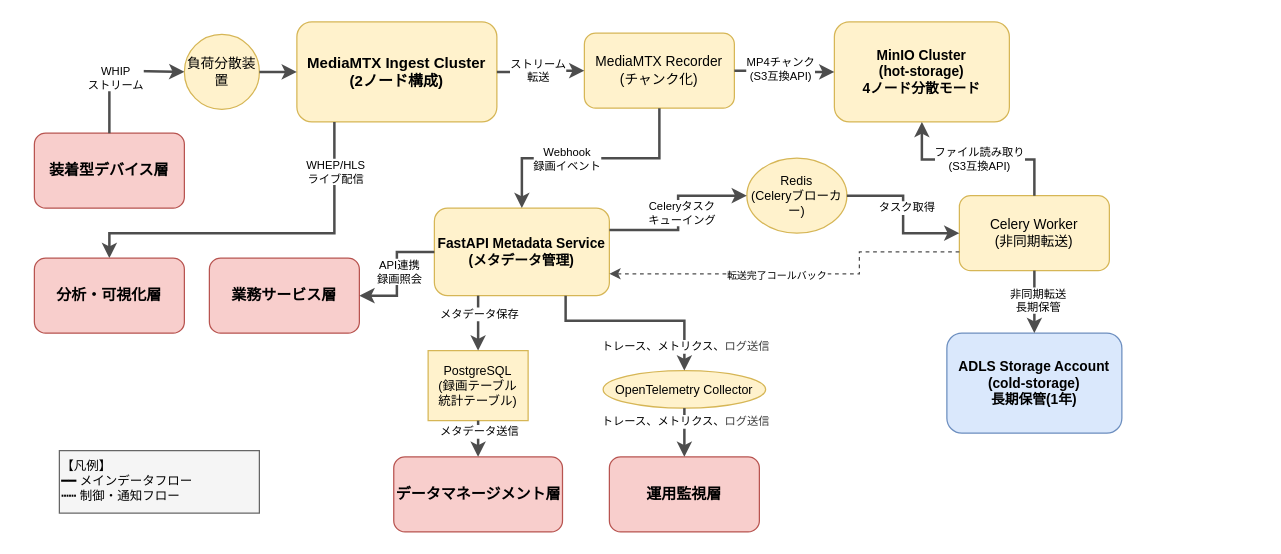
daichiTAAA/AirakuVision keeps this draw.io diagram as docs/03000_設計書/03020_配信・記録層設計/03022_配信・記録層詳細設計/配信・記録層システム関連図.drawio. Above is the earlier version. Source tidied: cells renumbered, new cells numbered last; positions are measured from the earlier drawing's top-left corner, leaving out a move shared by most shapes. Both pictures are drawn from the tidied source at 125%, with x=0, y=0 at pixel (34, 21).
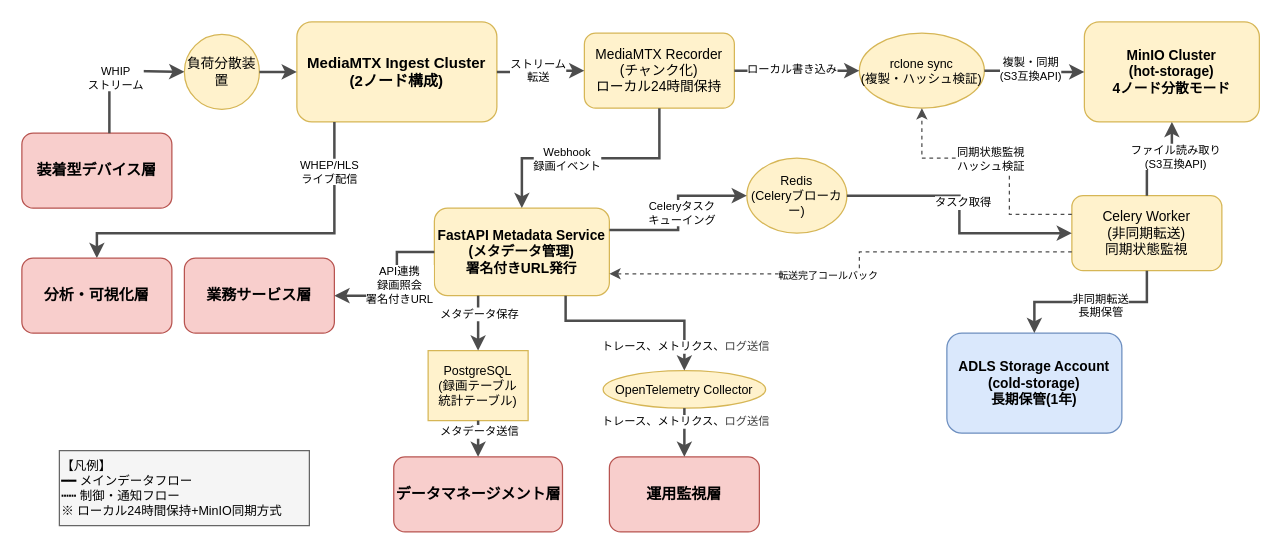
Above is the later version.

Unchanged cells that the change refers to:
```xml
<mxCell id="3" value="MediaMTX Ingest Cluster&#10;(2ノード構成)" style="rounded=1;whiteSpace=wrap;html=1;fillColor=#fff2cc;strokeColor=#d6b656;fontSize=12;fontStyle=1;" parent="1" vertex="1">
  <mxGeometry x="210" width="160" height="80" as="geometry" />
</mxCell>
<mxCell id="35" style="edgeStyle=orthogonalEdgeStyle;rounded=0;jettySize=auto;html=1;strokeWidth=2;strokeColor=#4D4D4D;exitX=0;exitY=0.5;exitDx=0;exitDy=0;entryX=1;entryY=0.5;entryDx=0;entryDy=0;" parent="1" edge="1" source="7" target="13">
  <mxGeometry relative="1" as="geometry">
    <Array as="points">
      <mxPoint x="290" y="184" />
      <mxPoint x="290" y="219" />
    </Array>
  </mxGeometry>
</mxCell>
```

Diff of the diagram source:
```diff
@@
     <mxCell id="2" value="装着型デバイス層" style="rounded=1;whiteSpace=wrap;html=1;fillColor=#f8cecc;strokeColor=#b85450;fontSize=12;fontStyle=1;" parent="1" vertex="1">
-      <mxGeometry y="89" width="120" height="60" as="geometry" />
+      <mxGeometry x="-10" y="89" width="120" height="60" as="geometry" />
     </mxCell>
@@
-    <mxCell id="5" value="MediaMTX Recorder&#10;(チャンク化)" style="rounded=1;whiteSpace=wrap;html=1;fillColor=#fff2cc;strokeColor=#d6b656;fontSize=11;" parent="1" vertex="1">
+    <mxCell id="5" value="MediaMTX Recorder&#10;(チャンク化)&#10;ローカル24時間保持" style="rounded=1;whiteSpace=wrap;html=1;fillColor=#fff2cc;strokeColor=#d6b656;fontSize=11;" parent="1" vertex="1">
       <mxGeometry x="440" y="9" width="120" height="60" as="geometry" />
     </mxCell>
+    <mxCell id="49" value="rclone sync&#10;(複製・ハッシュ検証)" style="ellipse;whiteSpace=wrap;html=1;fillColor=#fff2cc;strokeColor=#d6b656;fontSize=10;" parent="1" vertex="1">
+      <mxGeometry x="660" y="9" width="100" height="60" as="geometry" />
+    </mxCell>
     <mxCell id="6" value="MinIO Cluster&#10;(hot-storage)&#10;4ノード分散モード" style="rounded=1;whiteSpace=wrap;html=1;fillColor=#fff2cc;strokeColor=#d6b656;fontSize=11;fontStyle=1;" parent="1" vertex="1">
-      <mxGeometry x="640" width="140" height="80" as="geometry" />
+      <mxGeometry x="840" width="140" height="80" as="geometry" />
     </mxCell>
-    <mxCell id="7" value="FastAPI Metadata Service&#10;(メタデータ管理)" style="rounded=1;whiteSpace=wrap;html=1;fillColor=#fff2cc;strokeColor=#d6b656;fontSize=11;fontStyle=1;" parent="1" vertex="1">
+    <mxCell id="7" value="FastAPI Metadata Service&#10;(メタデータ管理)&#10;署名付きURL発行" style="rounded=1;whiteSpace=wrap;html=1;fillColor=#fff2cc;strokeColor=#d6b656;fontSize=11;fontStyle=1;" parent="1" vertex="1">
       <mxGeometry x="320" y="149" width="140" height="70" as="geometry" />
     </mxCell>
@@
-    <mxCell id="9" value="Celery Worker&lt;div&gt;(非同期転送)&lt;/div&gt;" style="rounded=1;whiteSpace=wrap;html=1;fillColor=#fff2cc;strokeColor=#d6b656;fontSize=11;" parent="1" vertex="1">
-      <mxGeometry x="740" y="139" width="120" height="60" as="geometry" />
+    <mxCell id="9" value="Celery Worker&lt;div&gt;(非同期転送)&lt;/div&gt;&lt;div&gt;同期状態監視&lt;/div&gt;" style="rounded=1;whiteSpace=wrap;html=1;fillColor=#fff2cc;strokeColor=#d6b656;fontSize=11;" parent="1" vertex="1">
+      <mxGeometry x="830" y="139" width="120" height="60" as="geometry" />
     </mxCell>
@@
     <mxCell id="13" value="業務サービス層" style="rounded=1;whiteSpace=wrap;html=1;fillColor=#f8cecc;strokeColor=#b85450;fontSize=12;fontStyle=1;" parent="1" vertex="1">
-      <mxGeometry x="140" y="189" width="120" height="60" as="geometry" />
+      <mxGeometry x="120" y="189" width="120" height="60" as="geometry" />
     </mxCell>
@@
-    <mxCell id="19" style="edgeStyle=orthogonalEdgeStyle;rounded=0;jettySize=auto;html=1;strokeWidth=2;strokeColor=#4D4D4D;" parent="1" edge="1" source="5" target="6">
+    <mxCell id="19" style="edgeStyle=orthogonalEdgeStyle;rounded=0;jettySize=auto;html=1;strokeWidth=2;strokeColor=#4D4D4D;" parent="1" edge="1" source="5" target="49">
       <mxGeometry relative="1" as="geometry" />
     </mxCell>
-    <mxCell id="20" value="MP4チャンク&#10;(S3互換API)" style="edgeLabel;html=1;align=center;verticalAlign=middle;fontSize=9;" parent="19" vertex="1">
+    <mxCell id="20" value="ローカル書き込み" style="edgeLabel;html=1;align=center;verticalAlign=middle;fontSize=9;" parent="19" vertex="1">
       <mxGeometry x="-0.1" y="2" relative="1" as="geometry" />
     </mxCell>
+    <mxCell id="50" style="edgeStyle=orthogonalEdgeStyle;rounded=0;jettySize=auto;html=1;strokeWidth=2;strokeColor=#4D4D4D;" parent="1" edge="1" source="49" target="6">
+      <mxGeometry relative="1" as="geometry" />
+    </mxCell>
+    <mxCell id="51" value="複製・同期&#10;(S3互換API)" style="edgeLabel;html=1;align=center;verticalAlign=middle;fontSize=9;" parent="50" vertex="1">
+      <mxGeometry x="-0.1" y="2" relative="1" as="geometry" />
+    </mxCell>
@@
+    <mxCell id="52" style="edgeStyle=orthogonalEdgeStyle;rounded=0;jettySize=auto;html=1;strokeWidth=1;strokeColor=#4D4D4D;dashed=1;entryX=0.5;entryY=1;entryDx=0;entryDy=0;exitX=0;exitY=0.25;exitDx=0;exitDy=0;elbow=vertical;" parent="1" edge="1" source="9" target="49">
+      <mxGeometry relative="1" as="geometry">
+        <Array as="points">
+          <mxPoint x="780" y="154" />
+          <mxPoint x="780" y="109" />
+          <mxPoint x="710" y="109" />
+        </Array>
+      </mxGeometry>
+    </mxCell>
+    <mxCell id="53" value="同期状態監視&#10;ハッシュ検証" style="edgeLabel;html=1;align=center;verticalAlign=middle;fontSize=9;" parent="52" vertex="1">
+      <mxGeometry x="0.1" y="1" relative="1" as="geometry">
+        <mxPoint x="2" y="-1" as="offset" />
+      </mxGeometry>
+    </mxCell>
@@
-    <mxCell id="36" value="API連携&#10;録画照会" style="edgeLabel;html=1;align=center;verticalAlign=middle;fontSize=9;" parent="35" vertex="1">
+    <mxCell id="36" value="API連携&#10;録画照会&#10;署名付きURL" style="edgeLabel;html=1;align=center;verticalAlign=middle;fontSize=9;" parent="35" vertex="1">
       <mxGeometry x="0.1" y="1" relative="1" as="geometry">
         <mxPoint y="-7" as="offset" />
       </mxGeometry>
     </mxCell>
     <mxCell id="37" style="edgeStyle=orthogonalEdgeStyle;rounded=0;jettySize=auto;html=1;strokeWidth=2;strokeColor=#4D4D4D;jumpStyle=line;jumpSize=10;entryX=0.5;entryY=0;entryDx=0;entryDy=0;" parent="1" edge="1" source="3" target="45">
       <mxGeometry relative="1" as="geometry">
         <Array as="points">
           <mxPoint x="240" y="169" />
-          <mxPoint x="60" y="169" />
+          <mxPoint x="50" y="169" />
         </Array>
       </mxGeometry>
     </mxCell>
@@
-    <mxCell id="39" value="【凡例】&lt;br&gt;━━ メインデータフロー&lt;br&gt;┅┅ 制御・通知フロー" style="rounded=0;whiteSpace=wrap;html=1;fillColor=#f5f5f5;strokeColor=#666666;fontSize=10;align=left;verticalAlign=top;" parent="1" vertex="1">
-      <mxGeometry x="20" y="343" width="160" height="50" as="geometry" />
+    <mxCell id="39" value="【凡例】&lt;br&gt;━━ メインデータフロー&lt;br&gt;┅┅ 制御・通知フロー&lt;br&gt;※ ローカル24時間保持+MinIO同期方式" style="rounded=0;whiteSpace=wrap;html=1;fillColor=#f5f5f5;strokeColor=#666666;fontSize=10;align=left;verticalAlign=top;" parent="1" vertex="1">
+      <mxGeometry x="20" y="343" width="200" height="60" as="geometry" />
     </mxCell>
@@
     <mxCell id="45" value="分析・可視化層" style="rounded=1;whiteSpace=wrap;html=1;fillColor=#f8cecc;strokeColor=#b85450;fontSize=12;fontStyle=1;" parent="1" vertex="1">
-      <mxGeometry y="189" width="120" height="60" as="geometry" />
+      <mxGeometry x="-10" y="189" width="120" height="60" as="geometry" />
     </mxCell>
```
